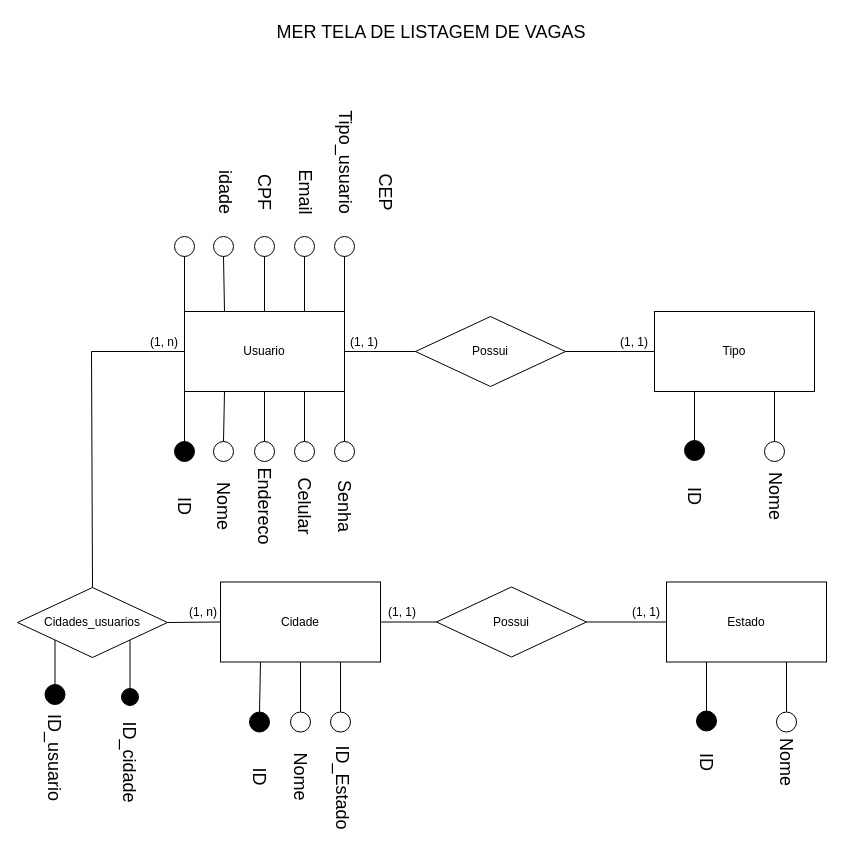
The draw.io diagram MER_TCC.drawio in mistickesterio/Banco_TCC1, before the edit. Source tidied: cells renumbered, new cells numbered last; positions are measured from the earlier drawing's top-left corner, leaving out a move shared by most shapes. Both pictures are drawn from the tidied source at 100%, with x=0, y=0 at pixel (9, 17).
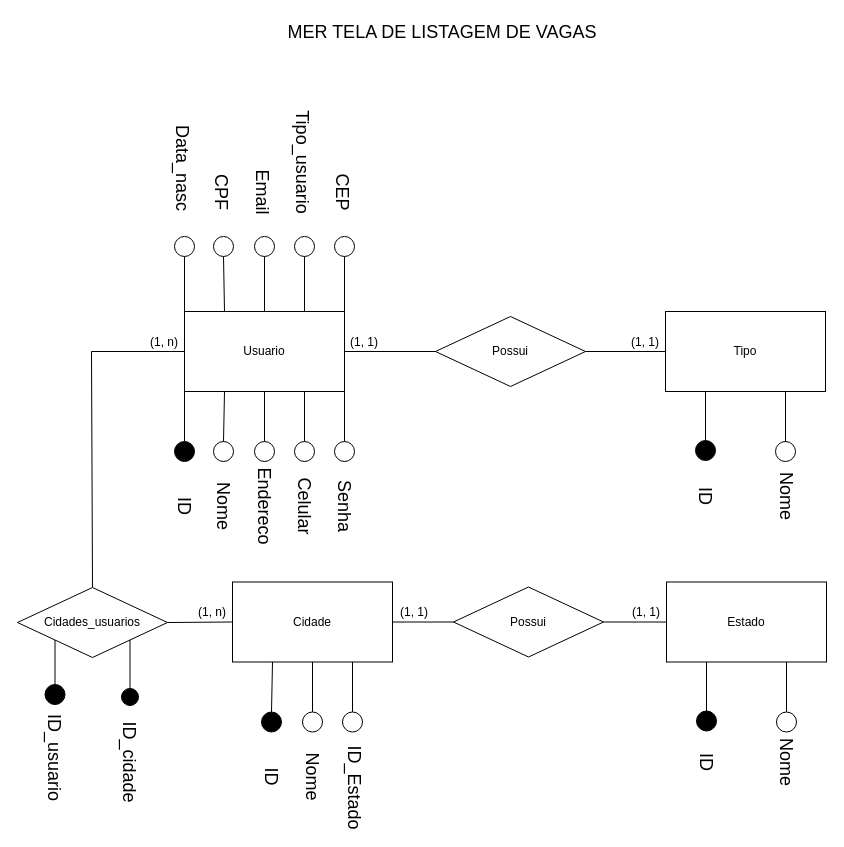
The same diagram, later.

The edit, as a diff of the source:
```diff
@@
     <mxCell id="3" value="&lt;font style=&quot;font-size: 18px;&quot;&gt;MER TELA DE LISTAGEM DE VAGAS&lt;/font&gt;" style="text;html=1;strokeColor=none;fillColor=none;align=center;verticalAlign=middle;whiteSpace=wrap;rounded=0;" parent="1" vertex="1">
-      <mxGeometry x="249" width="346" height="30" as="geometry" />
+      <mxGeometry x="260" width="346" height="30" as="geometry" />
     </mxCell>
@@
     <mxCell id="19" value="Cidade" style="rounded=0;whiteSpace=wrap;html=1;" parent="1" vertex="1">
-      <mxGeometry x="211" y="564.5" width="160" height="80" as="geometry" />
+      <mxGeometry x="223" y="564.5" width="160" height="80" as="geometry" />
     </mxCell>
     <mxCell id="20" style="ellipse;whiteSpace=wrap;html=1;fontSize=18;fillColor=#000000;" parent="1" vertex="1">
-      <mxGeometry x="240" y="694.5" width="20" height="20" as="geometry" />
+      <mxGeometry x="252" y="694.5" width="20" height="20" as="geometry" />
     </mxCell>
     <mxCell id="21" style="ellipse;whiteSpace=wrap;html=1;fontSize=18;" parent="1" vertex="1">
-      <mxGeometry x="321" y="694.5" width="20" height="20" as="geometry" />
+      <mxGeometry x="333" y="694.5" width="20" height="20" as="geometry" />
     </mxCell>
@@
     <mxCell id="23" style="ellipse;whiteSpace=wrap;html=1;fontSize=18;" parent="1" vertex="1">
-      <mxGeometry x="281" y="694.5" width="20" height="20" as="geometry" />
+      <mxGeometry x="293" y="694.5" width="20" height="20" as="geometry" />
     </mxCell>
@@
     <mxCell id="26" value="ID" style="text;html=1;strokeColor=none;fillColor=none;align=center;verticalAlign=middle;whiteSpace=wrap;rounded=0;fontSize=18;rotation=90;" parent="1" vertex="1">
-      <mxGeometry x="220" y="744.5" width="60" height="30" as="geometry" />
+      <mxGeometry x="232" y="744.5" width="60" height="30" as="geometry" />
     </mxCell>
     <mxCell id="27" value="Nome" style="text;html=1;strokeColor=none;fillColor=none;align=center;verticalAlign=middle;whiteSpace=wrap;rounded=0;fontSize=18;rotation=90;" parent="1" vertex="1">
-      <mxGeometry x="261" y="744.5" width="60" height="30" as="geometry" />
+      <mxGeometry x="273" y="744.5" width="60" height="30" as="geometry" />
     </mxCell>
     <mxCell id="28" value="ID_Estado" style="text;html=1;strokeColor=none;fillColor=none;align=center;verticalAlign=middle;whiteSpace=wrap;rounded=0;fontSize=18;rotation=90;" parent="1" vertex="1">
-      <mxGeometry x="303" y="755.5" width="60" height="30" as="geometry" />
+      <mxGeometry x="315" y="755.5" width="60" height="30" as="geometry" />
     </mxCell>
@@
-    <mxCell id="43" value="idade" style="text;html=1;strokeColor=none;fillColor=none;align=center;verticalAlign=middle;whiteSpace=wrap;rounded=0;fontSize=18;rotation=90;" parent="1" vertex="1">
-      <mxGeometry x="181" y="160" width="70" height="30" as="geometry" />
+    <mxCell id="43" value="Data_nasc" style="text;html=1;strokeColor=none;fillColor=none;align=center;verticalAlign=middle;whiteSpace=wrap;rounded=0;fontSize=18;rotation=90;" parent="1" vertex="1">
+      <mxGeometry x="138" y="136" width="70" height="30" as="geometry" />
     </mxCell>
     <mxCell id="44" value="CPF" style="text;html=1;strokeColor=none;fillColor=none;align=center;verticalAlign=middle;whiteSpace=wrap;rounded=0;fontSize=18;rotation=90;" parent="1" vertex="1">
-      <mxGeometry x="225" y="160" width="60" height="30" as="geometry" />
+      <mxGeometry x="182" y="160" width="60" height="30" as="geometry" />
     </mxCell>
     <mxCell id="45" value="Email" style="text;html=1;strokeColor=none;fillColor=none;align=center;verticalAlign=middle;whiteSpace=wrap;rounded=0;fontSize=18;rotation=90;" parent="1" vertex="1">
-      <mxGeometry x="266" y="160" width="60" height="30" as="geometry" />
+      <mxGeometry x="223" y="160" width="60" height="30" as="geometry" />
     </mxCell>
     <mxCell id="46" value="Tipo_usuario" style="text;html=1;strokeColor=none;fillColor=none;align=center;verticalAlign=middle;whiteSpace=wrap;rounded=0;fontSize=18;rotation=90;" parent="1" vertex="1">
-      <mxGeometry x="306" y="130" width="60" height="30" as="geometry" />
+      <mxGeometry x="263" y="130" width="60" height="30" as="geometry" />
     </mxCell>
     <mxCell id="47" value="CEP" style="text;html=1;strokeColor=none;fillColor=none;align=center;verticalAlign=middle;whiteSpace=wrap;rounded=0;fontSize=18;rotation=90;" parent="1" vertex="1">
-      <mxGeometry x="346" y="160" width="60" height="30" as="geometry" />
+      <mxGeometry x="303" y="160" width="60" height="30" as="geometry" />
     </mxCell>
     <mxCell id="48" value="Tipo" style="rounded=0;whiteSpace=wrap;html=1;" parent="1" vertex="1">
-      <mxGeometry x="645" y="294" width="160" height="80" as="geometry" />
+      <mxGeometry x="656" y="294" width="160" height="80" as="geometry" />
     </mxCell>
     <mxCell id="49" style="ellipse;whiteSpace=wrap;html=1;fontSize=18;fillColor=#000000;" parent="1" vertex="1">
-      <mxGeometry x="675" y="423" width="20" height="20" as="geometry" />
+      <mxGeometry x="686" y="423" width="20" height="20" as="geometry" />
     </mxCell>
     <mxCell id="50" style="ellipse;whiteSpace=wrap;html=1;fontSize=18;" parent="1" vertex="1">
-      <mxGeometry x="755" y="424" width="20" height="20" as="geometry" />
+      <mxGeometry x="766" y="424" width="20" height="20" as="geometry" />
     </mxCell>
     <mxCell id="51" value="ID" style="text;html=1;strokeColor=none;fillColor=none;align=center;verticalAlign=middle;whiteSpace=wrap;rounded=0;fontSize=18;rotation=90;" parent="1" vertex="1">
-      <mxGeometry x="655" y="464" width="60" height="30" as="geometry" />
+      <mxGeometry x="666" y="464" width="60" height="30" as="geometry" />
     </mxCell>
     <mxCell id="52" value="Nome" style="text;html=1;strokeColor=none;fillColor=none;align=center;verticalAlign=middle;whiteSpace=wrap;rounded=0;fontSize=18;rotation=90;" parent="1" vertex="1">
-      <mxGeometry x="736" y="464" width="60" height="30" as="geometry" />
+      <mxGeometry x="747" y="464" width="60" height="30" as="geometry" />
     </mxCell>
@@
     <mxCell id="62" value="Possui" style="rhombus;whiteSpace=wrap;html=1;" parent="1" vertex="1">
-      <mxGeometry x="406" y="299" width="150" height="70" as="geometry" />
+      <mxGeometry x="426" y="299" width="150" height="70" as="geometry" />
     </mxCell>
@@
     <mxCell id="65" value="Possui" style="rhombus;whiteSpace=wrap;html=1;" parent="1" vertex="1">
-      <mxGeometry x="427" y="569.5" width="150" height="70" as="geometry" />
+      <mxGeometry x="444" y="569.5" width="150" height="70" as="geometry" />
     </mxCell>
@@
     <mxCell id="73" value="(1, 1)" style="text;html=1;strokeColor=none;fillColor=none;align=center;verticalAlign=middle;whiteSpace=wrap;rounded=0;" parent="1" vertex="1">
-      <mxGeometry x="595" y="310" width="60" height="30" as="geometry" />
+      <mxGeometry x="606" y="310" width="60" height="30" as="geometry" />
     </mxCell>
@@
     <mxCell id="76" value="(1, n)" style="text;html=1;strokeColor=none;fillColor=none;align=center;verticalAlign=middle;whiteSpace=wrap;rounded=0;" parent="1" vertex="1">
-      <mxGeometry x="164" y="580" width="60" height="30" as="geometry" />
+      <mxGeometry x="173" y="580" width="60" height="30" as="geometry" />
     </mxCell>
     <mxCell id="77" value="(1, 1)" style="text;html=1;strokeColor=none;fillColor=none;align=center;verticalAlign=middle;whiteSpace=wrap;rounded=0;" parent="1" vertex="1">
-      <mxGeometry x="363" y="580" width="60" height="30" as="geometry" />
+      <mxGeometry x="375" y="580" width="60" height="30" as="geometry" />
     </mxCell>
```
